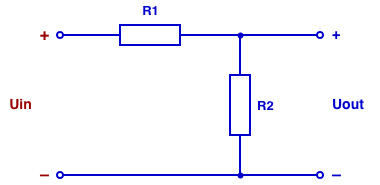
Before: assets/content/11-ModificationHardware/SchémaGainPos.png, a diagram exported from draw.io (ulucinar-can/template-tb). Source tidied: cells renumbered, new cells last; positions are measured from the earlier drawing's top-left corner, leaving out a move shared by most shapes.
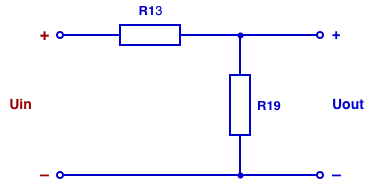
The same file after the commit.

Commit message:
Correction chap 11

What changed in the source:
```diff
@@ -14,13 +14,13 @@
     <mxCell id="5" style="rounded=0;whiteSpace=wrap;html=1;strokeColor=#0000CC;strokeWidth=2;fillColor=#ffffff;" parent="1" vertex="1">
       <mxGeometry x="120" y="25" width="60" height="20" as="geometry" />
     </mxCell>
-    <mxCell id="6" value="&lt;b&gt;R1&lt;/b&gt;" style="text;html=1;strokeColor=none;fillColor=none;align=center;verticalAlign=middle;fontColor=#0000CC;fontSize=13;" parent="1" vertex="1">
+    <mxCell id="6" value="&lt;b&gt;R1&lt;/b&gt;3" style="text;html=1;strokeColor=none;fillColor=none;align=center;verticalAlign=middle;fontColor=#0000CC;fontSize=13;" parent="1" vertex="1">
       <mxGeometry x="120" width="60" height="20" as="geometry" />
     </mxCell>
     <mxCell id="7" style="rounded=0;whiteSpace=wrap;html=1;strokeColor=#0000CC;strokeWidth=2;fillColor=#ffffff;" parent="1" vertex="1">
       <mxGeometry x="230" y="75" width="20" height="60" as="geometry" />
     </mxCell>
-    <mxCell id="8" value="&lt;b&gt;R2&lt;/b&gt;" style="text;html=1;strokeColor=none;fillColor=none;align=left;verticalAlign=middle;fontColor=#0000CC;fontSize=13;" parent="1" vertex="1">
+    <mxCell id="8" value="&lt;b&gt;R19&lt;/b&gt;" style="text;html=1;strokeColor=none;fillColor=none;align=left;verticalAlign=middle;fontColor=#0000CC;fontSize=13;" parent="1" vertex="1">
       <mxGeometry x="255" y="95" width="40" height="20" as="geometry" />
     </mxCell>
     <mxCell id="9" value="&lt;b&gt;Uout&lt;/b&gt;" style="text;html=1;strokeColor=none;fillColor=none;align=left;verticalAlign=middle;fontColor=#0000CC;fontSize=14;" parent="1" vertex="1">
```
